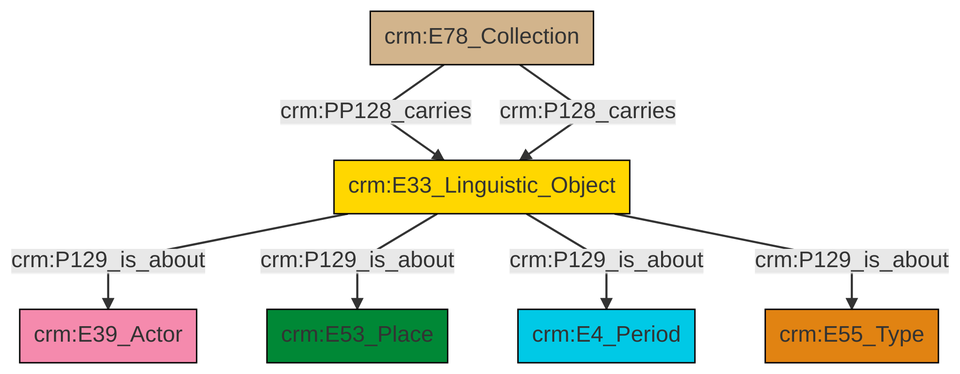
This is et/archivalCSV/ttl/mmd/png/archival_aboutness.png from swiss-art-research-net/docs.swissartresearch, a Mermaid export, as it was before one commit. Its source is kept beside it as et/archivalCSV/ttl/mmd/archival_aboutness.ttl.mmd.
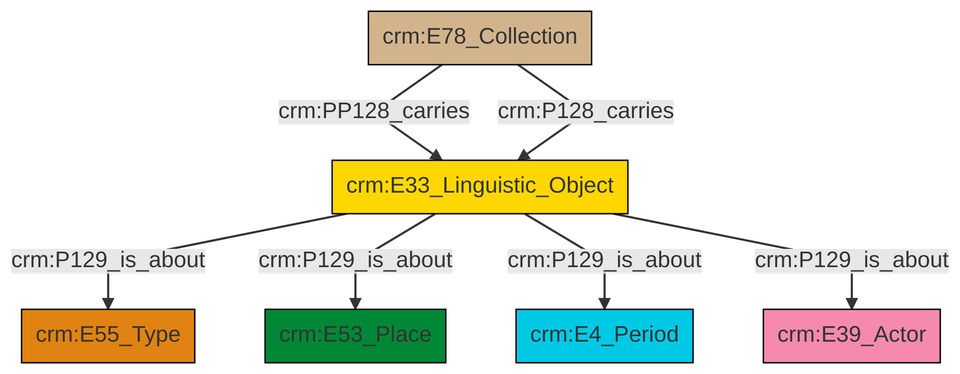
Above is the later version.

Change to the diagram source:
```diff
@@ -13,9 +13,9 @@
 classDef PC_Classes fill:#4ce600, stroke:#000000;
 classDef Multi fill:#cccccc,stroke:#000000;
 
-0["crm:E78_Collection"]:::Physical_Thing -->|crm:PP128_carries| 1["crm:E33_Linguistic_Object"]:::Conceptual_Object
-1["crm:E33_Linguistic_Object"]:::Conceptual_Object -->|crm:P129_is_about| 2["crm:E39_Actor"]:::Actor
-1["crm:E33_Linguistic_Object"]:::Conceptual_Object -->|crm:P129_is_about| 3["crm:E53_Place"]:::Place
-0["crm:E78_Collection"]:::Physical_Thing -->|crm:P128_carries| 1["crm:E33_Linguistic_Object"]:::Conceptual_Object
-1["crm:E33_Linguistic_Object"]:::Conceptual_Object -->|crm:P129_is_about| 5["crm:E4_Period"]:::Temporal_Entity
-1["crm:E33_Linguistic_Object"]:::Conceptual_Object -->|crm:P129_is_about| 8["crm:E55_Type"]:::Type
+0["crm:E33_Linguistic_Object"]:::Conceptual_Object -->|crm:P129_is_about| 1["crm:E55_Type"]:::Type
+0["crm:E33_Linguistic_Object"]:::Conceptual_Object -->|crm:P129_is_about| 4["crm:E53_Place"]:::Place
+0["crm:E33_Linguistic_Object"]:::Conceptual_Object -->|crm:P129_is_about| 6["crm:E4_Period"]:::Temporal_Entity
+0["crm:E33_Linguistic_Object"]:::Conceptual_Object -->|crm:P129_is_about| 2["crm:E39_Actor"]:::Actor
+7["crm:E78_Collection"]:::Physical_Thing -->|crm:PP128_carries| 0["crm:E33_Linguistic_Object"]:::Conceptual_Object
+7["crm:E78_Collection"]:::Physical_Thing -->|crm:P128_carries| 0["crm:E33_Linguistic_Object"]:::Conceptual_Object
```
